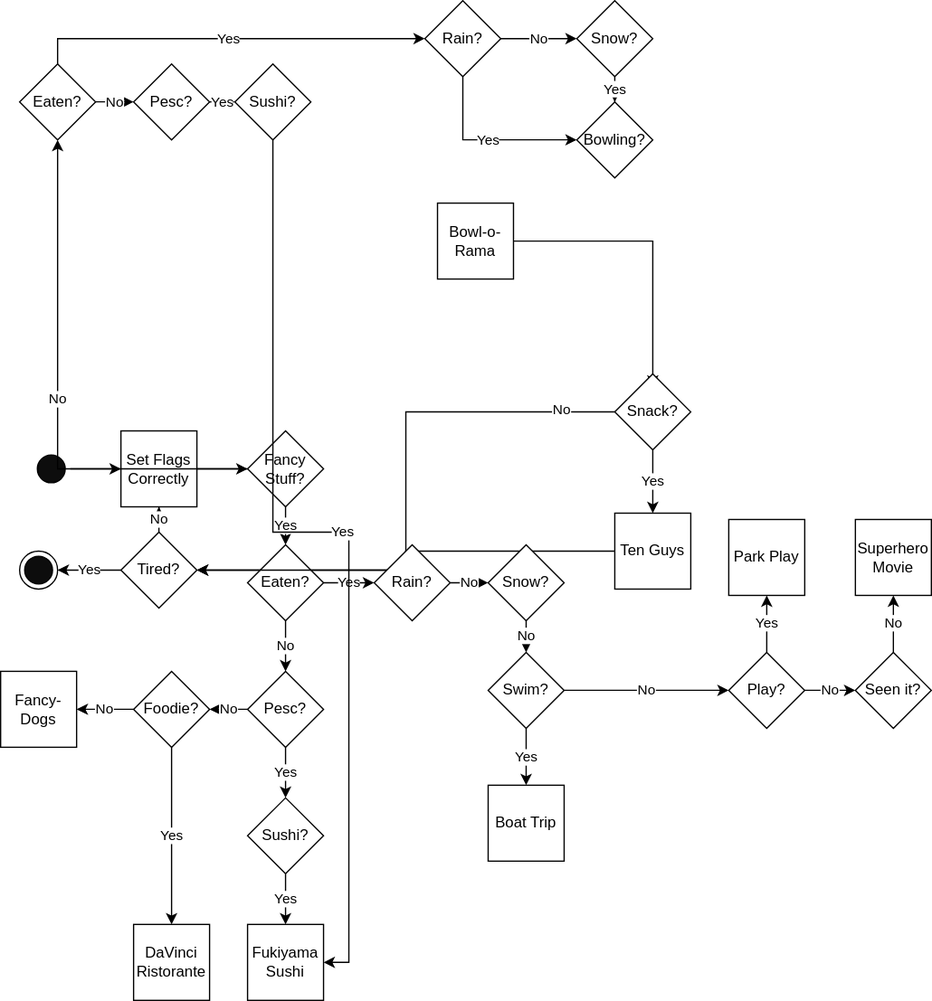
Before: date-night-dilemma.drawio.svg, a diagram exported from draw.io (yewscion/yewscion). Source tidied: cells renumbered, new cells last; positions are measured from the earlier drawing's top-left corner, leaving out a move shared by most shapes.
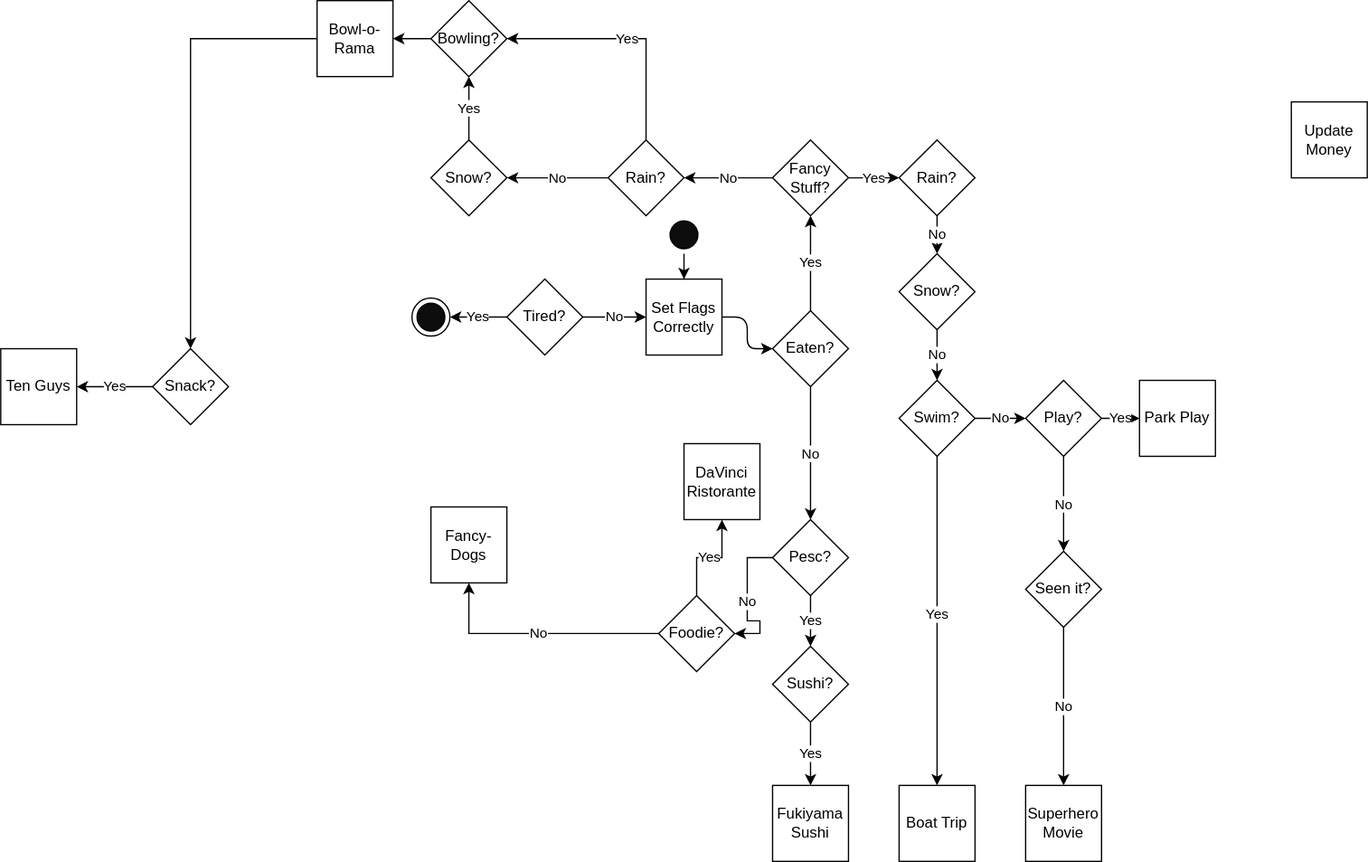
The same diagram one commit later.

Change to the diagram source:
```diff
@@ -6,37 +6,34 @@
       <mxGeometry relative="1" as="geometry" />
     </mxCell>
     <mxCell id="3" style="ellipse;html=1;shape=startState;fillColor=#0D0D0D;rounded=0;" parent="1" vertex="1">
-      <mxGeometry x="25" y="355" width="30" height="30" as="geometry" />
+      <mxGeometry x="110" y="290" width="30" height="30" as="geometry" />
     </mxCell>
     <mxCell id="4" value="&lt;div&gt;DaVinci&lt;/div&gt;&lt;div&gt;Ristorante&lt;br&gt;&lt;/div&gt;" style="rounded=0;whiteSpace=wrap;html=1;" parent="1" vertex="1">
-      <mxGeometry x="105" y="730" width="60" height="60" as="geometry" />
+      <mxGeometry x="125" y="470" width="60" height="60" as="geometry" />
     </mxCell>
     <mxCell id="5" value="&lt;div&gt;Superhero&lt;/div&gt;&lt;div&gt;Movie&lt;br&gt;&lt;/div&gt;" style="rounded=0;whiteSpace=wrap;html=1;" parent="1" vertex="1">
-      <mxGeometry x="675" y="410" width="60" height="60" as="geometry" />
+      <mxGeometry x="395" y="740" width="60" height="60" as="geometry" />
     </mxCell>
     <mxCell id="6" value="Park Play" style="rounded=0;whiteSpace=wrap;html=1;" parent="1" vertex="1">
-      <mxGeometry x="575" y="410" width="60" height="60" as="geometry" />
+      <mxGeometry x="485" y="420" width="60" height="60" as="geometry" />
     </mxCell>
     <mxCell id="7" value="Fukiyama Sushi" style="rounded=0;whiteSpace=wrap;html=1;" parent="1" vertex="1">
-      <mxGeometry x="195" y="730" width="60" height="60" as="geometry" />
+      <mxGeometry x="195" y="740" width="60" height="60" as="geometry" />
     </mxCell>
     <mxCell id="8" value="Boat Trip" style="rounded=0;whiteSpace=wrap;html=1;" parent="1" vertex="1">
-      <mxGeometry x="385" y="620" width="60" height="60" as="geometry" />
+      <mxGeometry x="295" y="740" width="60" height="60" as="geometry" />
     </mxCell>
-    <mxCell id="9" style="edgeStyle=orthogonalEdgeStyle;rounded=0;sketch=0;jettySize=auto;html=1;entryX=0.5;entryY=0.167;entryDx=0;entryDy=0;entryPerimeter=0;" parent="1" edge="1" source="10" target="30">
+    <mxCell id="9" style="edgeStyle=orthogonalEdgeStyle;rounded=0;sketch=0;jettySize=auto;html=1;entryX=0.5;entryY=0;entryDx=0;entryDy=0;" parent="1" edge="1" source="10" target="30">
       <mxGeometry relative="1" as="geometry" />
     </mxCell>
     <mxCell id="10" value="Bowl-o-Rama" style="rounded=0;whiteSpace=wrap;html=1;" parent="1" vertex="1">
-      <mxGeometry x="345" y="160" width="60" height="60" as="geometry" />
+      <mxGeometry x="-165" y="120" width="60" height="60" as="geometry" />
     </mxCell>
     <mxCell id="11" value="Fancy-Dogs" style="rounded=0;whiteSpace=wrap;html=1;" parent="1" vertex="1">
-      <mxGeometry y="530" width="60" height="60" as="geometry" />
+      <mxGeometry x="-75" y="520" width="60" height="60" as="geometry" />
     </mxCell>
-    <mxCell id="12" style="edgeStyle=orthogonalEdgeStyle;rounded=0;sketch=0;jettySize=auto;html=1;" parent="1" edge="1" source="13" target="16">
-      <mxGeometry relative="1" as="geometry" />
-    </mxCell>
     <mxCell id="13" value="Ten Guys" style="rounded=0;whiteSpace=wrap;html=1;" parent="1" vertex="1">
-      <mxGeometry x="485" y="405" width="60" height="60" as="geometry" />
+      <mxGeometry x="-415" y="395" width="60" height="60" as="geometry" />
     </mxCell>
     <mxCell id="14" value="No" style="edgeStyle=orthogonalEdgeStyle;rounded=0;sketch=0;jettySize=auto;html=1;" parent="1" edge="1" source="16" target="41">
       <mxGeometry relative="1" as="geometry" />
@@ -45,7 +42,7 @@
       <mxGeometry relative="1" as="geometry" />
     </mxCell>
     <mxCell id="16" value="&lt;div&gt;Tired?&lt;br&gt;&lt;/div&gt;" style="rhombus;whiteSpace=wrap;html=1;rounded=0;" parent="1" vertex="1">
-      <mxGeometry x="95" y="420" width="60" height="60" as="geometry" />
+      <mxGeometry x="-15" y="340" width="60" height="60" as="geometry" />
     </mxCell>
     <mxCell id="17" value="No" style="edgeStyle=orthogonalEdgeStyle;rounded=0;sketch=0;jettySize=auto;html=1;" parent="1" edge="1" source="19" target="33">
       <mxGeometry relative="1" as="geometry" />
@@ -65,29 +62,26 @@
     <mxCell id="22" value="No" style="edgeStyle=orthogonalEdgeStyle;rounded=0;sketch=0;jettySize=auto;html=1;exitX=0.5;exitY=1;exitDx=0;exitDy=0;" parent="1" edge="1" source="24" target="19">
       <mxGeometry relative="1" as="geometry" />
     </mxCell>
-    <mxCell id="23" value="Yes" style="edgeStyle=orthogonalEdgeStyle;rounded=0;sketch=0;jettySize=auto;html=1;" parent="1" edge="1" source="24" target="54">
-      <mxGeometry relative="1" as="geometry" />
-    </mxCell>
+    <mxCell id="63" value="Yes" style="edgeStyle=orthogonalEdgeStyle;sketch=0;jettySize=auto;html=1;" parent="1" edge="1" source="24" target="45">
+      <mxGeometry relative="1" as="geometry" />
+    </mxCell>
     <mxCell id="24" value="Eaten?" style="rhombus;whiteSpace=wrap;html=1;rounded=0;" parent="1" vertex="1">
-      <mxGeometry x="195" y="430" width="60" height="60" as="geometry" />
+      <mxGeometry x="195" y="365" width="60" height="60" as="geometry" />
     </mxCell>
     <mxCell id="25" value="No" style="edgeStyle=orthogonalEdgeStyle;rounded=0;sketch=0;jettySize=auto;html=1;" parent="1" edge="1" source="62" target="5">
       <mxGeometry relative="1" as="geometry" />
     </mxCell>
+    <mxCell id="64" style="edgeStyle=orthogonalEdgeStyle;sketch=0;jettySize=auto;html=1;" parent="1" edge="1" source="26" target="10">
+      <mxGeometry relative="1" as="geometry" />
+    </mxCell>
     <mxCell id="26" value="Bowling?" style="rhombus;whiteSpace=wrap;html=1;rounded=0;" parent="1" vertex="1">
-      <mxGeometry x="455" y="80" width="60" height="60" as="geometry" />
+      <mxGeometry x="-75" y="120" width="60" height="60" as="geometry" />
     </mxCell>
     <mxCell id="27" value="Yes" style="edgeStyle=orthogonalEdgeStyle;rounded=0;sketch=0;jettySize=auto;html=1;" parent="1" edge="1" source="30" target="13">
       <mxGeometry relative="1" as="geometry" />
     </mxCell>
-    <mxCell id="28" style="edgeStyle=orthogonalEdgeStyle;rounded=0;sketch=0;jettySize=auto;html=1;entryX=1;entryY=0.5;entryDx=0;entryDy=0;" parent="1" edge="1" source="30" target="16">
-      <mxGeometry relative="1" as="geometry" />
-    </mxCell>
-    <mxCell id="29" value="No" style="edgeLabel;html=1;align=center;verticalAlign=middle;rounded=0;" parent="28" vertex="1">
-      <mxGeometry x="-0.81" y="-3" relative="1" as="geometry" />
-    </mxCell>
     <mxCell id="30" value="Snack?" style="rhombus;whiteSpace=wrap;html=1;rounded=0;" parent="1" vertex="1">
-      <mxGeometry x="485" y="295" width="60" height="60" as="geometry" />
+      <mxGeometry x="-295" y="395" width="60" height="60" as="geometry" />
     </mxCell>
     <mxCell id="31" value="Yes" style="edgeStyle=orthogonalEdgeStyle;rounded=0;sketch=0;jettySize=auto;html=1;" parent="1" edge="1" source="33" target="4">
       <mxGeometry relative="1" as="geometry" />
@@ -96,7 +90,7 @@
       <mxGeometry relative="1" as="geometry" />
     </mxCell>
     <mxCell id="33" value="Foodie?" style="rhombus;whiteSpace=wrap;html=1;rounded=0;" parent="1" vertex="1">
-      <mxGeometry x="105" y="530" width="60" height="60" as="geometry" />
+      <mxGeometry x="105" y="590" width="60" height="60" as="geometry" />
     </mxCell>
     <mxCell id="34" value="Yes" style="edgeStyle=orthogonalEdgeStyle;rounded=0;sketch=0;jettySize=auto;html=1;" parent="1" edge="1" source="36" target="6">
       <mxGeometry relative="1" as="geometry" />
@@ -105,85 +99,69 @@
       <mxGeometry relative="1" as="geometry" />
     </mxCell>
     <mxCell id="36" value="Play?" style="rhombus;whiteSpace=wrap;html=1;rounded=0;" parent="1" vertex="1">
-      <mxGeometry x="575" y="515" width="60" height="60" as="geometry" />
+      <mxGeometry x="395" y="420" width="60" height="60" as="geometry" />
     </mxCell>
-    <mxCell id="37" value="Yes" style="edgeStyle=orthogonalEdgeStyle;rounded=0;sketch=0;jettySize=auto;html=1;" parent="1" edge="1" source="39" target="8">
-      <mxGeometry relative="1" as="geometry" />
+    <mxCell id="37" value="Yes" style="edgeStyle=orthogonalEdgeStyle;rounded=0;sketch=0;jettySize=auto;html=1;" parent="1" edge="1" target="8">
+      <mxGeometry relative="1" as="geometry">
+        <mxPoint x="325" y="470" as="sourcePoint" />
+      </mxGeometry>
     </mxCell>
     <mxCell id="38" value="&lt;div&gt;No&lt;/div&gt;" style="edgeStyle=orthogonalEdgeStyle;rounded=0;sketch=0;jettySize=auto;html=1;exitX=1;exitY=0.5;exitDx=0;exitDy=0;entryX=0;entryY=0.5;entryDx=0;entryDy=0;" parent="1" edge="1" source="39" target="36">
       <mxGeometry relative="1" as="geometry" />
     </mxCell>
     <mxCell id="39" value="Swim?" style="rhombus;whiteSpace=wrap;html=1;rounded=0;" parent="1" vertex="1">
-      <mxGeometry x="385" y="515" width="60" height="60" as="geometry" />
+      <mxGeometry x="295" y="420" width="60" height="60" as="geometry" />
     </mxCell>
-    <mxCell id="40" style="edgeStyle=orthogonalEdgeStyle;rounded=0;sketch=0;jettySize=auto;html=1;" parent="1" edge="1" source="41" target="45">
-      <mxGeometry relative="1" as="geometry" />
-    </mxCell>
+    <mxCell id="65" style="edgeStyle=orthogonalEdgeStyle;sketch=0;jettySize=auto;html=1;entryX=0;entryY=0.5;entryDx=0;entryDy=0;" parent="1" edge="1" source="41" target="24">
+      <mxGeometry relative="1" as="geometry" />
+    </mxCell>
     <mxCell id="41" value="Set Flags Correctly" style="rounded=0;whiteSpace=wrap;html=1;" parent="1" vertex="1">
       <mxGeometry x="95" y="340" width="60" height="60" as="geometry" />
     </mxCell>
     <mxCell id="42" style="ellipse;html=1;shape=endState;fillColor=#0D0D0D;rounded=0;" parent="1" vertex="1">
-      <mxGeometry x="15" y="435" width="30" height="30" as="geometry" />
+      <mxGeometry x="-90" y="355" width="30" height="30" as="geometry" />
     </mxCell>
-    <mxCell id="43" value="Yes" style="edgeStyle=orthogonalEdgeStyle;rounded=0;sketch=0;jettySize=auto;html=1;" parent="1" edge="1" source="45" target="24">
-      <mxGeometry relative="1" as="geometry" />
-    </mxCell>
-    <mxCell id="44" value="No" style="edgeStyle=orthogonalEdgeStyle;rounded=0;sketch=0;jettySize=auto;html=1;" parent="1" edge="1" source="45" target="57">
-      <mxGeometry relative="1" as="geometry" />
-    </mxCell>
+    <mxCell id="66" value="No" style="edgeStyle=orthogonalEdgeStyle;sketch=0;jettySize=auto;html=1;entryX=1;entryY=0.5;entryDx=0;entryDy=0;" parent="1" edge="1" source="45" target="50">
+      <mxGeometry relative="1" as="geometry" />
+    </mxCell>
+    <mxCell id="67" value="Yes" style="edgeStyle=orthogonalEdgeStyle;sketch=0;jettySize=auto;html=1;" parent="1" edge="1" source="45" target="54">
+      <mxGeometry relative="1" as="geometry" />
+    </mxCell>
     <mxCell id="45" value="&lt;div&gt;Fancy&lt;/div&gt;&lt;div&gt;Stuff?&lt;/div&gt;" style="rhombus;whiteSpace=wrap;html=1;rounded=0;" parent="1" vertex="1">
-      <mxGeometry x="195" y="340" width="60" height="60" as="geometry" />
+      <mxGeometry x="195" y="230" width="60" height="60" as="geometry" />
     </mxCell>
-    <mxCell id="46" value="Yes" style="edgeStyle=orthogonalEdgeStyle;rounded=0;sketch=0;jettySize=auto;html=1;entryX=0.5;entryY=0;entryDx=0;entryDy=0;" parent="1" edge="1" source="47" target="26">
+    <mxCell id="46" value="Yes" style="edgeStyle=orthogonalEdgeStyle;rounded=0;sketch=0;jettySize=auto;html=1;entryX=0.5;entryY=1;entryDx=0;entryDy=0;exitX=0.5;exitY=0;exitDx=0;exitDy=0;" parent="1" edge="1" source="47" target="26">
       <mxGeometry relative="1" as="geometry" />
     </mxCell>
     <mxCell id="47" value="Snow?" style="rhombus;whiteSpace=wrap;html=1;rounded=0;" parent="1" vertex="1">
-      <mxGeometry x="455" width="60" height="60" as="geometry" />
+      <mxGeometry x="-75" y="230" width="60" height="60" as="geometry" />
     </mxCell>
-    <mxCell id="48" value="No" style="edgeStyle=orthogonalEdgeStyle;rounded=0;sketch=0;jettySize=auto;html=1;" parent="1" edge="1" source="50" target="47">
+    <mxCell id="48" value="No" style="edgeStyle=orthogonalEdgeStyle;rounded=0;sketch=0;jettySize=auto;html=1;entryX=1;entryY=0.5;entryDx=0;entryDy=0;" parent="1" edge="1" source="50" target="47">
       <mxGeometry relative="1" as="geometry" />
     </mxCell>
-    <mxCell id="49" value="Yes" style="edgeStyle=orthogonalEdgeStyle;rounded=0;sketch=0;jettySize=auto;html=1;entryX=0;entryY=0.5;entryDx=0;entryDy=0;exitX=0.5;exitY=1;exitDx=0;exitDy=0;" parent="1" edge="1" source="50" target="26">
+    <mxCell id="49" value="Yes" style="edgeStyle=orthogonalEdgeStyle;rounded=0;sketch=0;jettySize=auto;html=1;entryX=1;entryY=0.5;entryDx=0;entryDy=0;exitX=0.5;exitY=0;exitDx=0;exitDy=0;" parent="1" edge="1" source="50" target="26">
       <mxGeometry relative="1" as="geometry" />
     </mxCell>
     <mxCell id="50" value="Rain?" style="rhombus;whiteSpace=wrap;html=1;rounded=0;" parent="1" vertex="1">
-      <mxGeometry x="335" width="60" height="60" as="geometry" />
+      <mxGeometry x="65" y="230" width="60" height="60" as="geometry" />
     </mxCell>
     <mxCell id="51" value="No" style="edgeStyle=orthogonalEdgeStyle;rounded=0;sketch=0;jettySize=auto;html=1;" parent="1" edge="1" source="52" target="39">
       <mxGeometry relative="1" as="geometry" />
     </mxCell>
     <mxCell id="52" value="Snow?" style="rhombus;whiteSpace=wrap;html=1;rounded=0;" parent="1" vertex="1">
-      <mxGeometry x="385" y="430" width="60" height="60" as="geometry" />
+      <mxGeometry x="295" y="320" width="60" height="60" as="geometry" />
     </mxCell>
-    <mxCell id="53" value="No" style="edgeStyle=orthogonalEdgeStyle;rounded=0;sketch=0;jettySize=auto;html=1;" parent="1" edge="1" source="54" target="52">
+    <mxCell id="53" value="No" style="edgeStyle=orthogonalEdgeStyle;sketch=0;jettySize=auto;html=1;" parent="1" edge="1" source="54" target="52">
       <mxGeometry relative="1" as="geometry" />
     </mxCell>
     <mxCell id="54" value="Rain?" style="rhombus;whiteSpace=wrap;html=1;rounded=0;" parent="1" vertex="1">
-      <mxGeometry x="295" y="430" width="60" height="60" as="geometry" />
+      <mxGeometry x="295" y="230" width="60" height="60" as="geometry" />
     </mxCell>
-    <mxCell id="55" value="No" style="edgeStyle=orthogonalEdgeStyle;rounded=0;sketch=0;jettySize=auto;html=1;exitX=1;exitY=0.5;exitDx=0;exitDy=0;entryX=0;entryY=0.5;entryDx=0;entryDy=0;" parent="1" edge="1" source="57" target="59">
-      <mxGeometry relative="1" as="geometry" />
-    </mxCell>
-    <mxCell id="56" value="Yes" style="edgeStyle=orthogonalEdgeStyle;rounded=0;sketch=0;jettySize=auto;html=1;entryX=0;entryY=0.5;entryDx=0;entryDy=0;exitX=0.5;exitY=0;exitDx=0;exitDy=0;" parent="1" edge="1" source="57" target="50">
-      <mxGeometry relative="1" as="geometry" />
-    </mxCell>
-    <mxCell id="57" value="Eaten?" style="rhombus;whiteSpace=wrap;html=1;rounded=0;" parent="1" vertex="1">
-      <mxGeometry x="15" y="50" width="60" height="60" as="geometry" />
-    </mxCell>
-    <mxCell id="58" value="Yes" style="edgeStyle=orthogonalEdgeStyle;rounded=0;sketch=0;jettySize=auto;html=1;exitX=1;exitY=0.5;exitDx=0;exitDy=0;entryX=0;entryY=0.5;entryDx=0;entryDy=0;" parent="1" edge="1" source="59" target="61">
-      <mxGeometry relative="1" as="geometry" />
-    </mxCell>
-    <mxCell id="59" value="Pesc?" style="rhombus;whiteSpace=wrap;html=1;rounded=0;" parent="1" vertex="1">
-      <mxGeometry x="105" y="50" width="60" height="60" as="geometry" />
-    </mxCell>
-    <mxCell id="60" value="Yes" style="edgeStyle=orthogonalEdgeStyle;rounded=0;sketch=0;jettySize=auto;html=1;exitX=0.5;exitY=1;exitDx=0;exitDy=0;entryX=1;entryY=0.5;entryDx=0;entryDy=0;" parent="1" edge="1" source="61" target="7">
-      <mxGeometry relative="1" as="geometry" />
-    </mxCell>
-    <mxCell id="61" value="Sushi?" style="rhombus;whiteSpace=wrap;html=1;rounded=0;" parent="1" vertex="1">
-      <mxGeometry x="185" y="50" width="60" height="60" as="geometry" />
-    </mxCell>
     <mxCell id="62" value="Seen it?" style="rhombus;whiteSpace=wrap;html=1;rounded=0;" parent="1" vertex="1">
-      <mxGeometry x="675" y="515" width="60" height="60" as="geometry" />
+      <mxGeometry x="395" y="555" width="60" height="60" as="geometry" />
     </mxCell>
+    <mxCell id="68" value="Update Money" style="rounded=0;whiteSpace=wrap;html=1;" parent="1" vertex="1">
+      <mxGeometry x="605" y="200" width="60" height="60" as="geometry" />
+    </mxCell>
   </root>
 </mxGraphModel>
```
